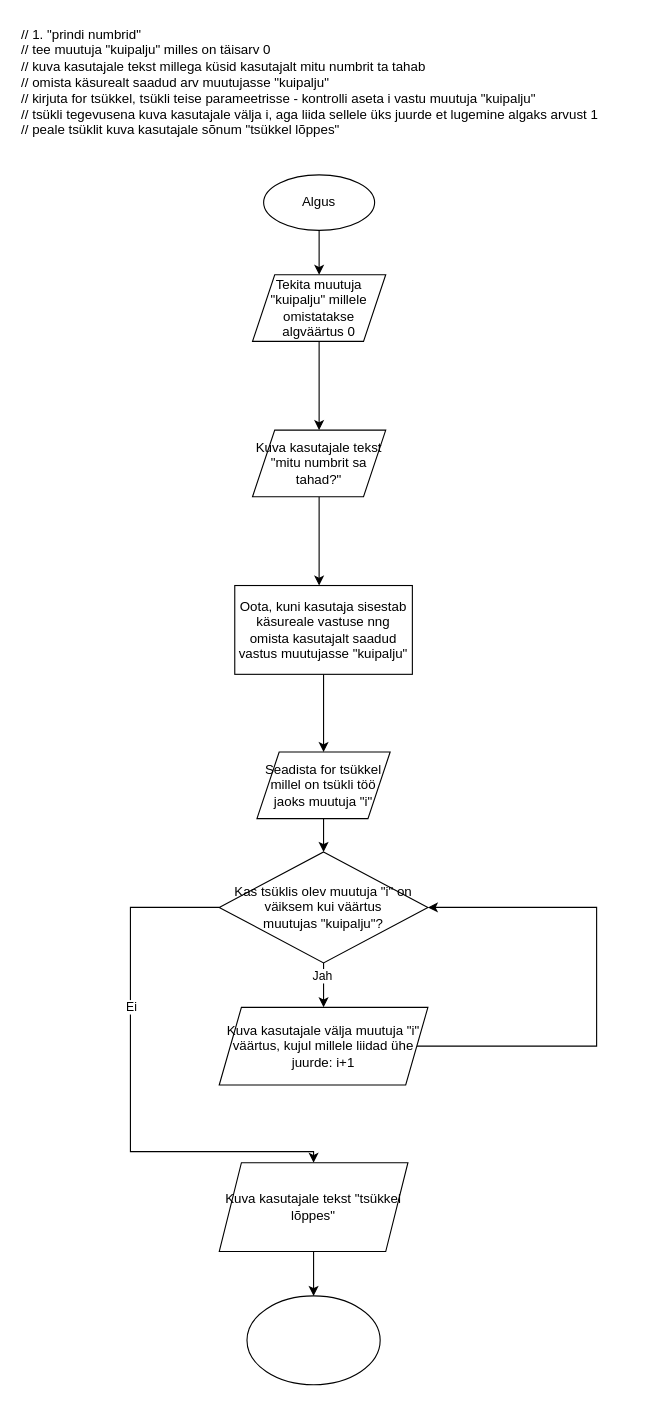
This is Vooskeemid/ülesanne 3.drawio from Krokodillionu/harjutused, a draw.io file, before an edit. Source tidied: cells renumbered, new cells numbered last; positions are measured from the earlier drawing's top-left corner, leaving out a move shared by most shapes. Both pictures are drawn from the tidied source at 111%, with x=0, y=0 at pixel (19, 19).
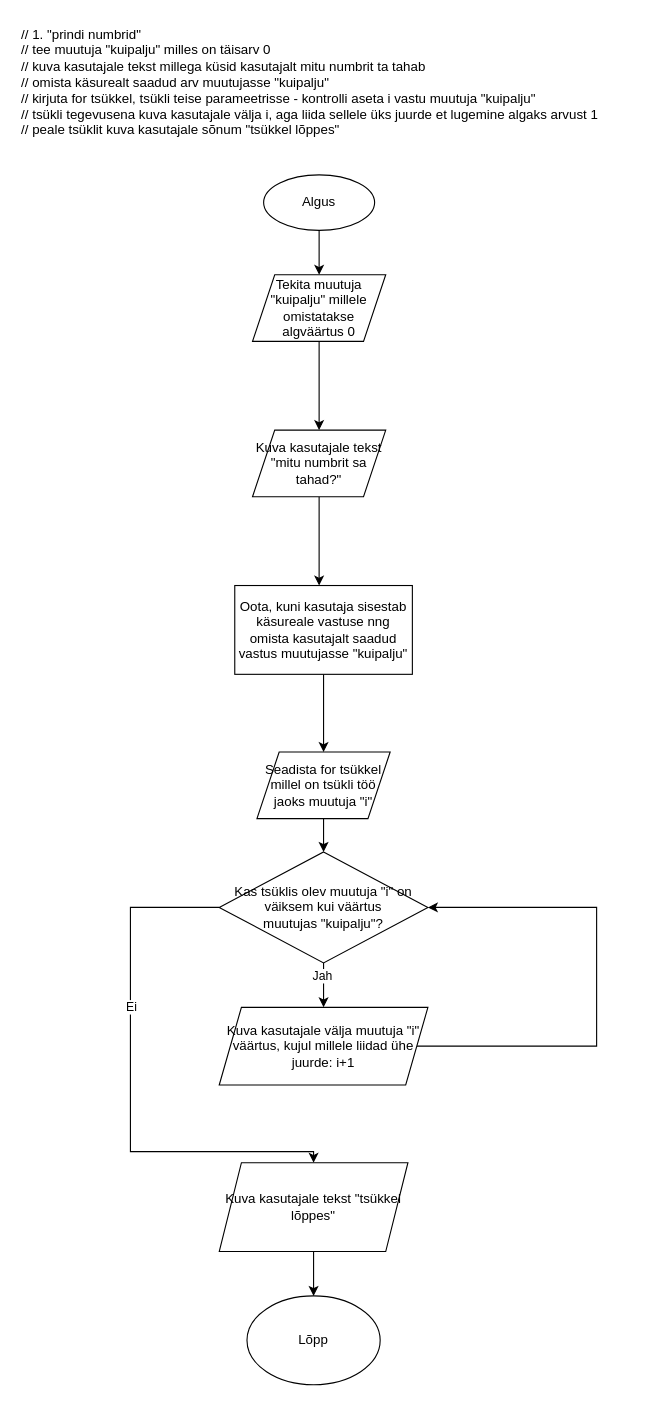
The same diagram, later.

Change to the diagram source:
```diff
@@
-    <mxCell id="22" style="ellipse;whiteSpace=wrap;html=1;" parent="1" vertex="1">
+    <mxCell id="22" value="Lõpp" style="ellipse;whiteSpace=wrap;html=1;" parent="1" vertex="1">
       <mxGeometry x="205" y="1150" width="120" height="80" as="geometry" />
     </mxCell>
```
